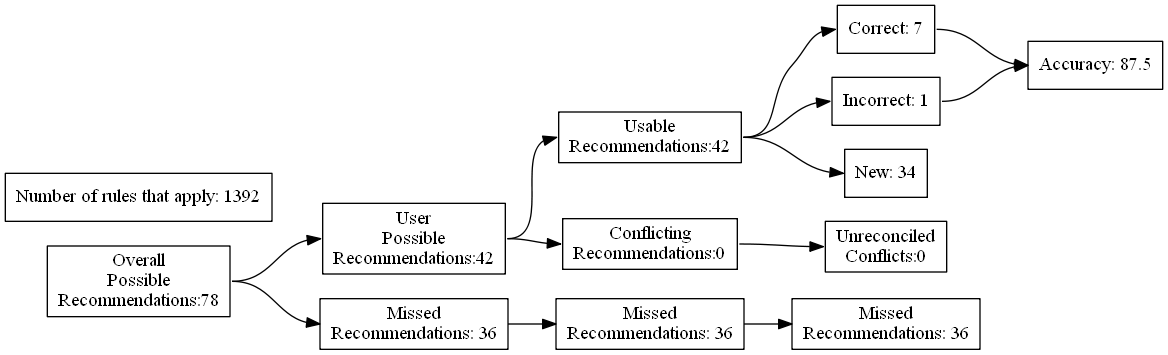
Before: test_renders/33.gv.png, a diagram exported from Graphviz (ZaxR/ibd_diet_analysis). Its source is kept beside it as test_renders/33.gv.
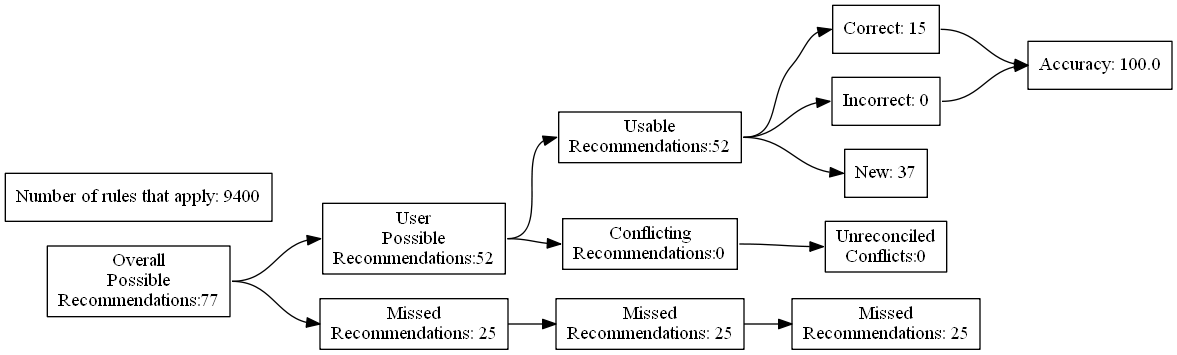
After the change.

Diff of the diagram source:
```diff
@@ -4,27 +4,27 @@
 	edge [headport=w tailport=e]
 		A [label="Overall
 Possible
-Recommendations:78"]
+Recommendations:77"]
 		B [label="User
 Possible
-Recommendations:42"]
+Recommendations:52"]
 		C [label="Missed
-Recommendations: 36"]
+Recommendations: 25"]
 		D [label="Usable
-Recommendations:42"]
+Recommendations:52"]
 		E [label="Conflicting
 Recommendations:0"]
 		J [label="Missed
-Recommendations: 36"]
+Recommendations: 25"]
 		M [label="Unreconciled
 Conflicts:0"]
-		F [label="Correct: 7"]
-		G [label="Incorrect: 1"]
-		H [label="New: 34"]
+		F [label="Correct: 15"]
+		G [label="Incorrect: 0"]
+		H [label="New: 37"]
 		K [label="Missed
-Recommendations: 36"]
-		I [label="Accuracy: 87.5"]
-		l [label="Number of rules that apply: 1392"]
+Recommendations: 25"]
+		I [label="Accuracy: 100.0"]
+		l [label="Number of rules that apply: 9400"]
 			A -> B
 			A -> C
 			B -> D
```
